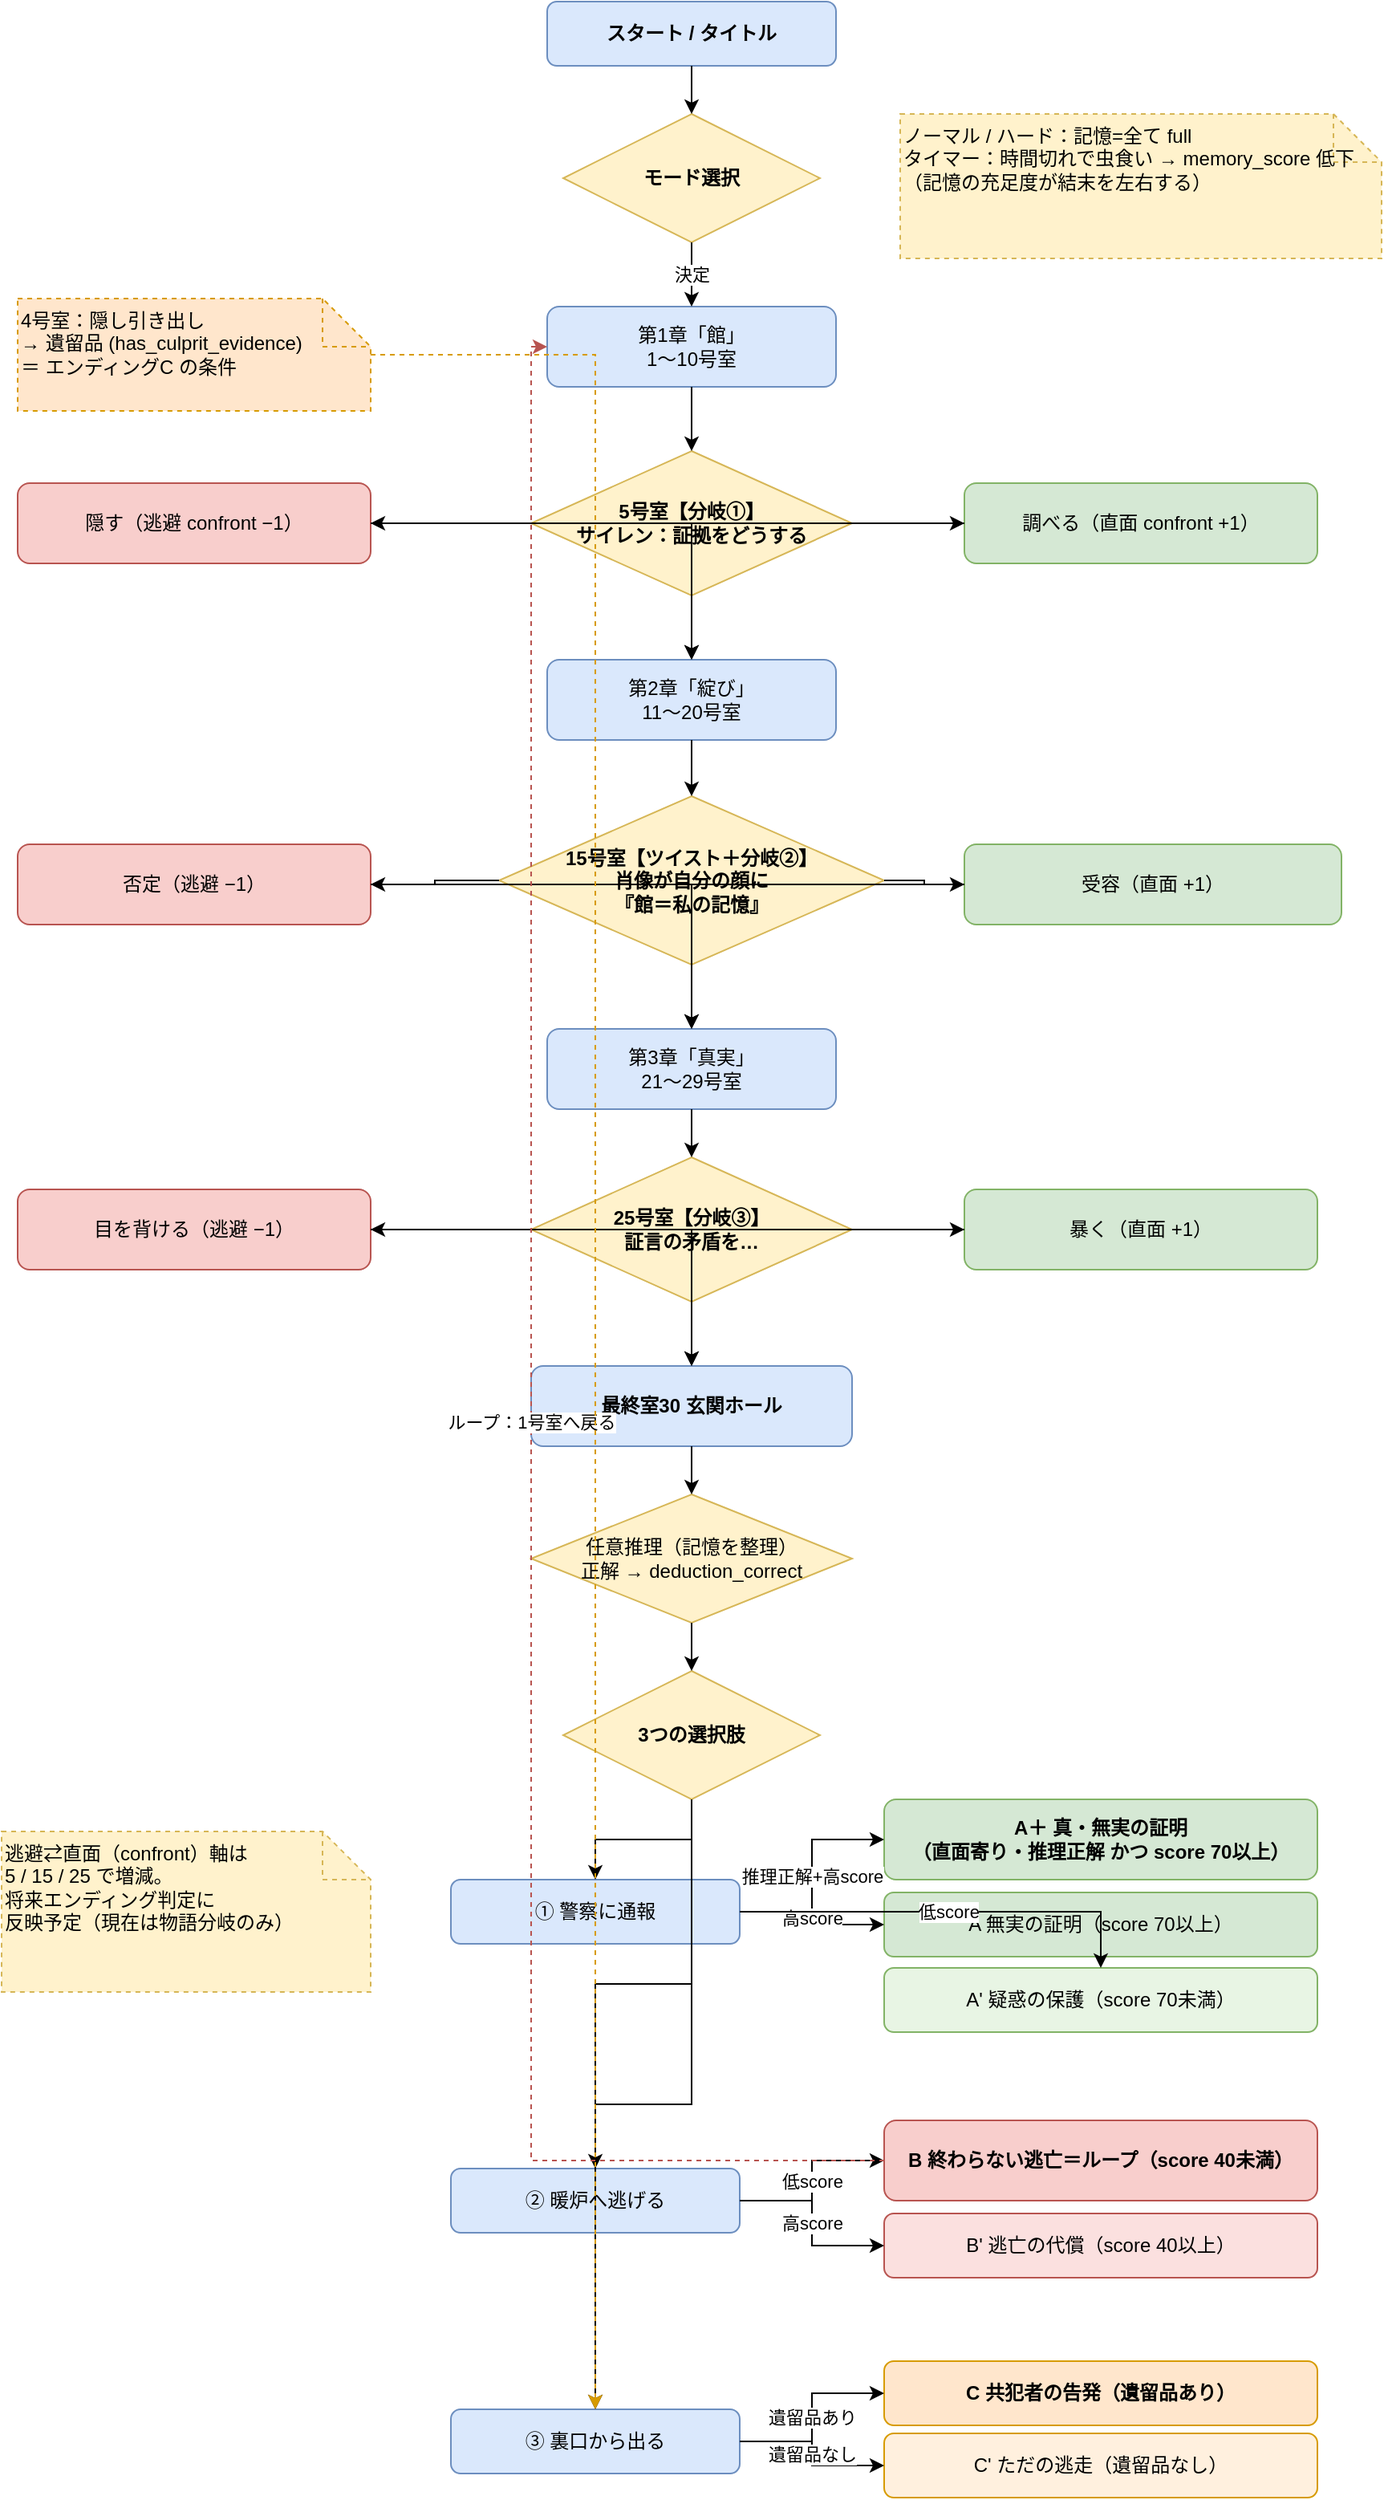
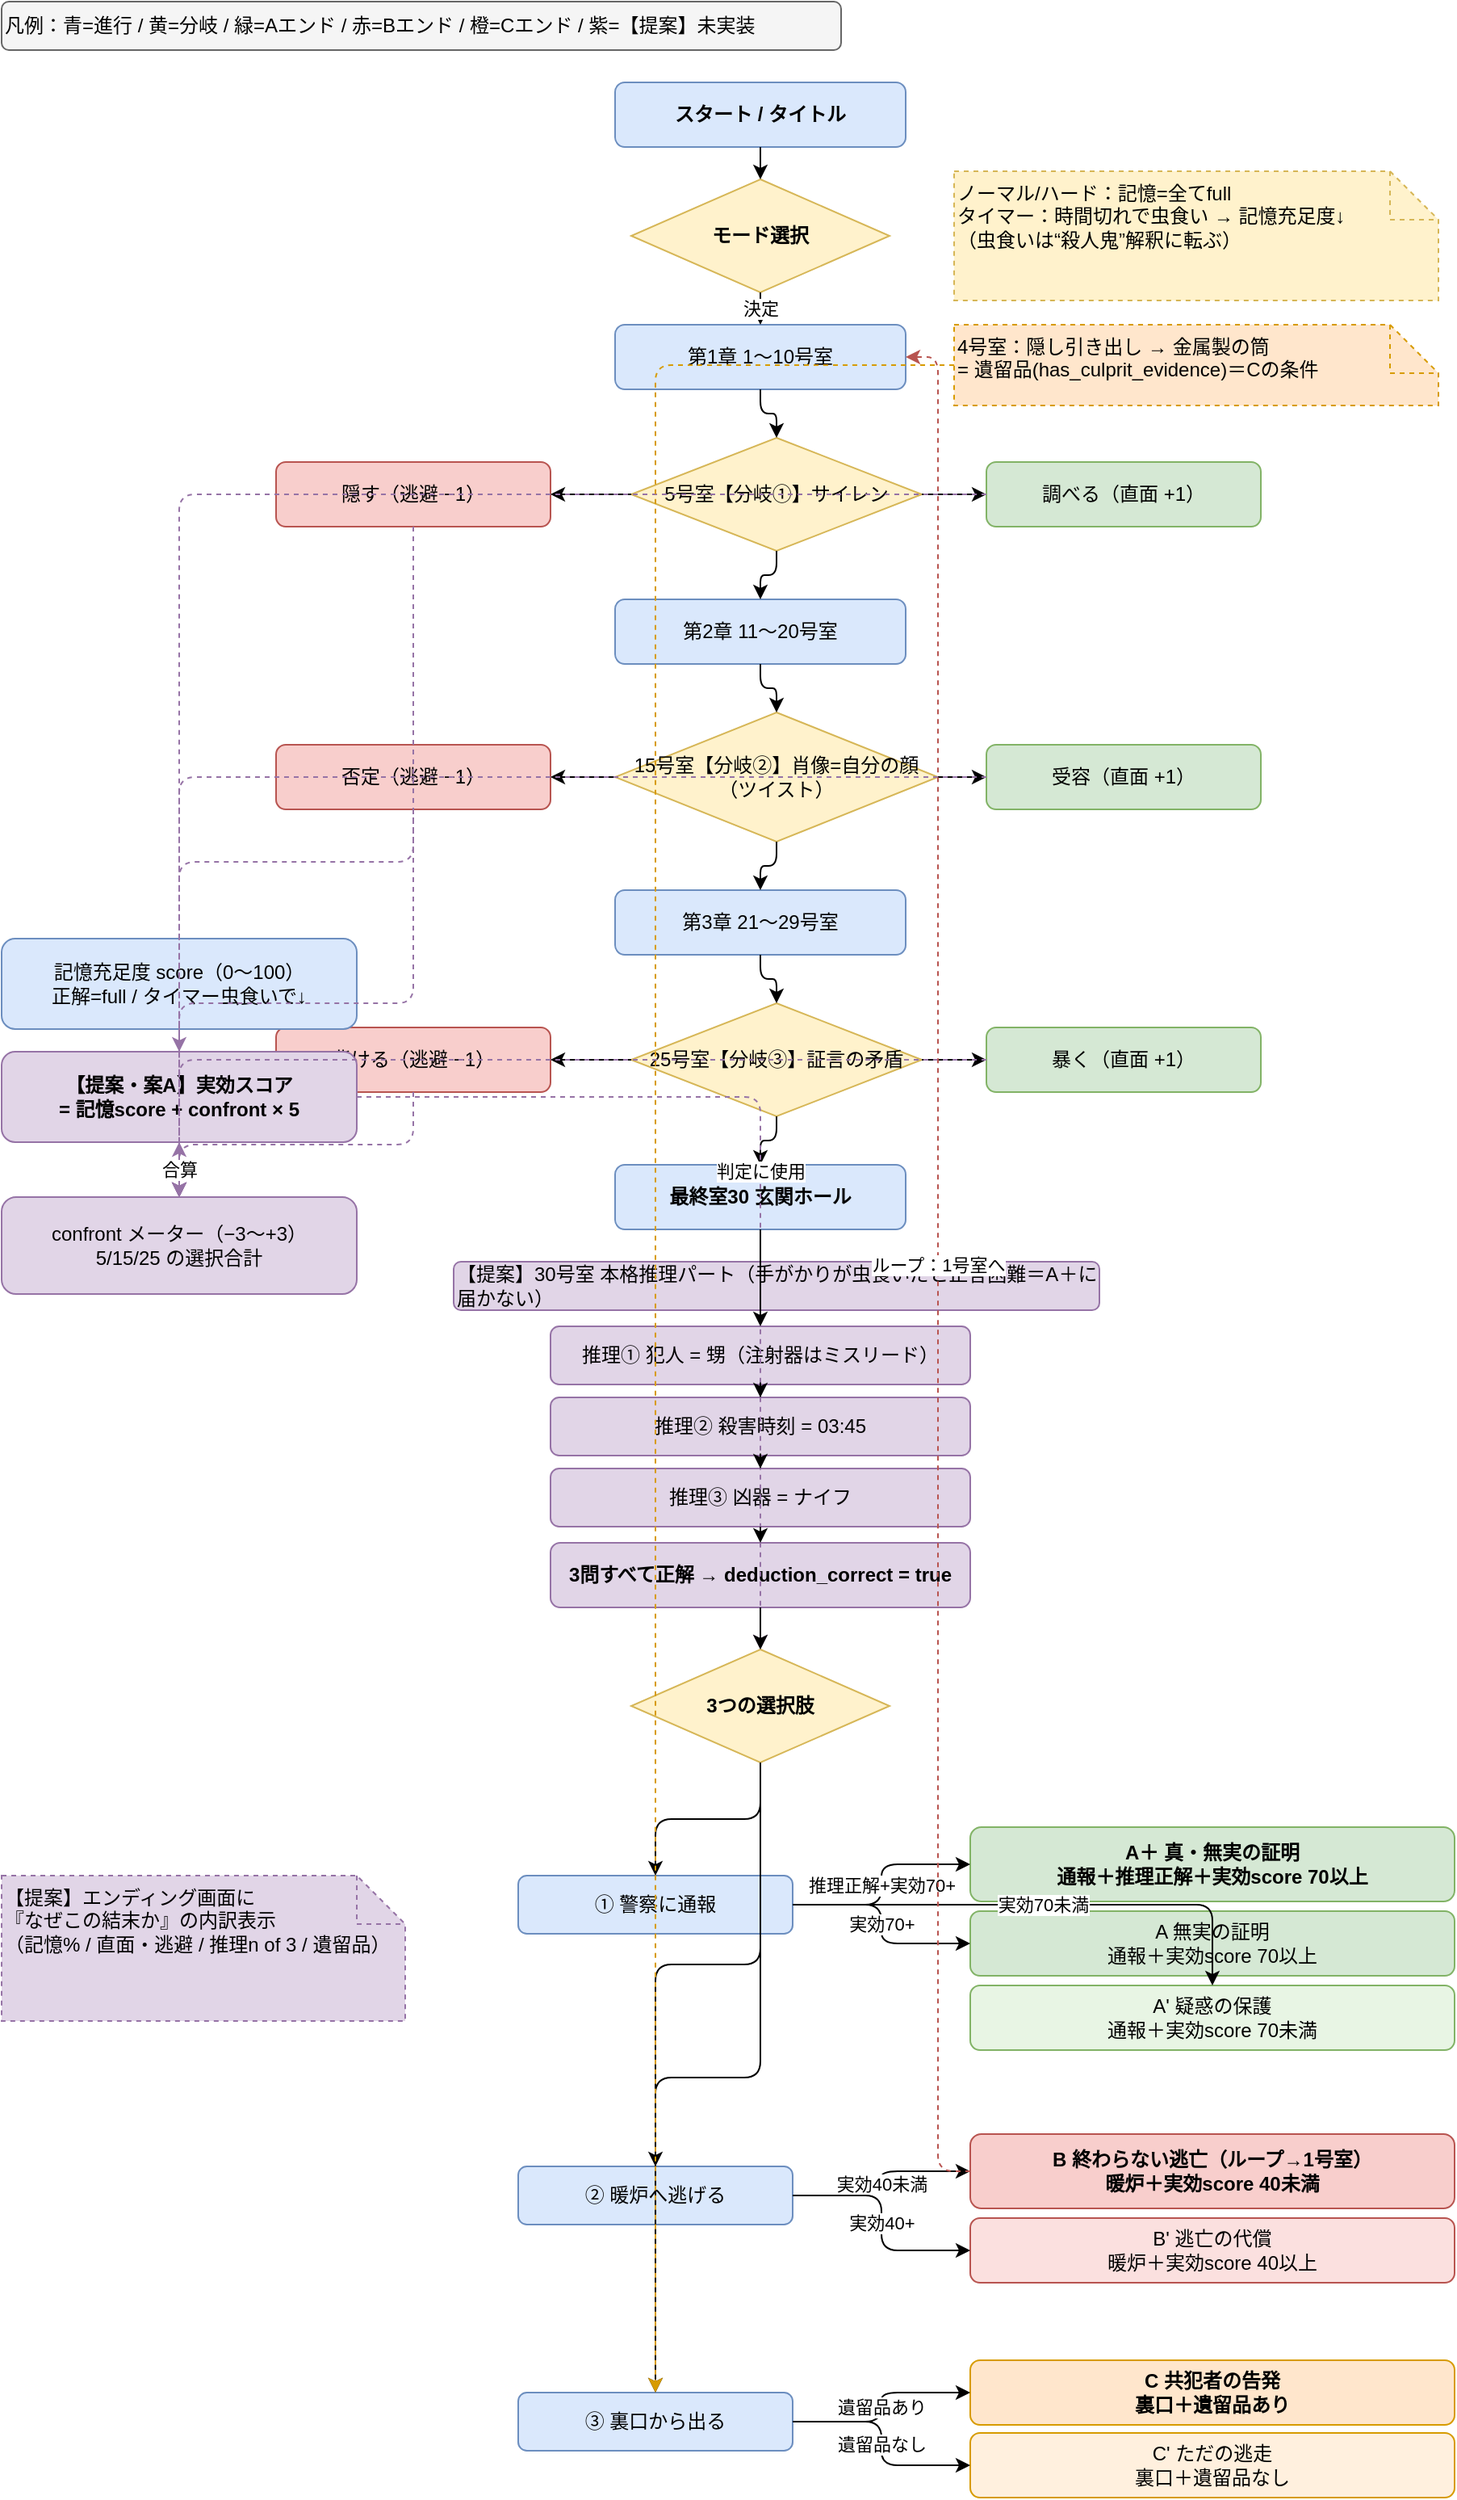
<mxfile host="app.diagrams.net" type="device">
-   <diagram name="記憶の回廊 ストーリー分岐">
-     <mxGraphModel dx="1100" dy="900" grid="1" gridSize="10" guides="1" tooltips="1" connect="1" arrows="1" fold="1" page="1" pageScale="1" pageWidth="1169" pageHeight="1700" math="0" shadow="0">
+   <diagram name="記憶の回廊 ストーリー分岐(完全版)">
+     <mxGraphModel dx="1100" dy="900" grid="1" gridSize="10" guides="1" tooltips="1" connect="1" arrows="1" fold="1" page="1" pageScale="1" pageWidth="1300" pageHeight="1750" math="0" shadow="0">
      <root>
        <mxCell id="0" />
        <mxCell id="1" parent="0" />

-         <mxCell id="start" value="スタート / タイトル" style="rounded=1;whiteSpace=wrap;html=1;fillColor=#dae8fc;strokeColor=#6c8ebf;fontStyle=1" vertex="1" parent="1"><mxGeometry x="440" y="20" width="180" height="40" as="geometry" /></mxCell>
+         <mxCell id="legend" value="凡例：青=進行 / 黄=分岐 / 緑=Aエンド / 赤=Bエンド / 橙=Cエンド / 紫=【提案】未実装" style="rounded=1;whiteSpace=wrap;html=1;fillColor=#f5f5f5;strokeColor=#666666;align=left" vertex="1" parent="1"><mxGeometry x="40" y="20" width="520" height="30" as="geometry" /></mxCell>

-         <mxCell id="modeSel" value="モード選択" style="rhombus;whiteSpace=wrap;html=1;fillColor=#fff2cc;strokeColor=#d6b656;fontStyle=1" vertex="1" parent="1"><mxGeometry x="450" y="90" width="160" height="80" as="geometry" /></mxCell>
+         <mxCell id="start" value="スタート / タイトル" style="rounded=1;whiteSpace=wrap;html=1;fillColor=#dae8fc;strokeColor=#6c8ebf;fontStyle=1" vertex="1" parent="1"><mxGeometry x="420" y="70" width="180" height="40" as="geometry" /></mxCell>
+         <mxCell id="modeSel" value="モード選択" style="rhombus;whiteSpace=wrap;html=1;fillColor=#fff2cc;strokeColor=#d6b656;fontStyle=1" vertex="1" parent="1"><mxGeometry x="430" y="130" width="160" height="70" as="geometry" /></mxCell>
+         <mxCell id="note_mode" value="ノーマル/ハード：記憶=全てfull&#10;タイマー：時間切れで虫食い → 記憶充足度↓&#10;（虫食いは“殺人鬼”解釈に転ぶ）" style="shape=note;whiteSpace=wrap;html=1;fillColor=#fff2cc;strokeColor=#d6b656;dashed=1;align=left;verticalAlign=top" vertex="1" parent="1"><mxGeometry x="630" y="125" width="300" height="80" as="geometry" /></mxCell>

-         <mxCell id="note_mode" value="ノーマル / ハード：記憶=全て full&#10;タイマー：時間切れで虫食い → memory_score 低下&#10;（記憶の充足度が結末を左右する）" style="shape=note;whiteSpace=wrap;html=1;fillColor=#fff2cc;strokeColor=#d6b656;dashed=1;align=left;verticalAlign=top" vertex="1" parent="1"><mxGeometry x="660" y="90" width="300" height="90" as="geometry" /></mxCell>
+         <mxCell id="ch1" value="第1章 1〜10号室" style="rounded=1;whiteSpace=wrap;html=1;fillColor=#dae8fc;strokeColor=#6c8ebf" vertex="1" parent="1"><mxGeometry x="420" y="220" width="180" height="40" as="geometry" /></mxCell>
+         <mxCell id="note_ev" value="4号室：隠し引き出し → 金属製の筒&#10;= 遺留品(has_culprit_evidence)＝Cの条件" style="shape=note;whiteSpace=wrap;html=1;fillColor=#ffe6cc;strokeColor=#d79b00;dashed=1;align=left;verticalAlign=top" vertex="1" parent="1"><mxGeometry x="630" y="220" width="300" height="50" as="geometry" /></mxCell>

-         <mxCell id="ch1" value="第1章「館」&#10;1〜10号室" style="rounded=1;whiteSpace=wrap;html=1;fillColor=#dae8fc;strokeColor=#6c8ebf" vertex="1" parent="1"><mxGeometry x="440" y="210" width="180" height="50" as="geometry" /></mxCell>
+         <mxCell id="d5" value="5号室【分岐①】サイレン" style="rhombus;whiteSpace=wrap;html=1;fillColor=#fff2cc;strokeColor=#d6b656" vertex="1" parent="1"><mxGeometry x="430" y="290" width="180" height="70" as="geometry" /></mxCell>
+         <mxCell id="o5h" value="隠す（逃避 −1）" style="rounded=1;whiteSpace=wrap;html=1;fillColor=#f8cecc;strokeColor=#b85450" vertex="1" parent="1"><mxGeometry x="210" y="305" width="170" height="40" as="geometry" /></mxCell>
+         <mxCell id="o5e" value="調べる（直面 +1）" style="rounded=1;whiteSpace=wrap;html=1;fillColor=#d5e8d4;strokeColor=#82b366" vertex="1" parent="1"><mxGeometry x="650" y="305" width="170" height="40" as="geometry" /></mxCell>

-         <mxCell id="note_evidence" value="4号室：隠し引き出し&#10;→ 遺留品 (has_culprit_evidence)&#10;＝ エンディングC の条件" style="shape=note;whiteSpace=wrap;html=1;fillColor=#ffe6cc;strokeColor=#d79b00;dashed=1;align=left;verticalAlign=top" vertex="1" parent="1"><mxGeometry x="110" y="205" width="220" height="70" as="geometry" /></mxCell>
+         <mxCell id="ch2" value="第2章 11〜20号室" style="rounded=1;whiteSpace=wrap;html=1;fillColor=#dae8fc;strokeColor=#6c8ebf" vertex="1" parent="1"><mxGeometry x="420" y="390" width="180" height="40" as="geometry" /></mxCell>

-         <mxCell id="room5" value="5号室【分岐①】&#10;サイレン：証拠をどうする" style="rhombus;whiteSpace=wrap;html=1;fillColor=#fff2cc;strokeColor=#d6b656;fontStyle=1" vertex="1" parent="1"><mxGeometry x="430" y="300" width="200" height="90" as="geometry" /></mxCell>
-         <mxCell id="r5_hide" value="隠す（逃避 confront −1）" style="rounded=1;whiteSpace=wrap;html=1;fillColor=#f8cecc;strokeColor=#b85450" vertex="1" parent="1"><mxGeometry x="110" y="320" width="220" height="50" as="geometry" /></mxCell>
-         <mxCell id="r5_examine" value="調べる（直面 confront +1）" style="rounded=1;whiteSpace=wrap;html=1;fillColor=#d5e8d4;strokeColor=#82b366" vertex="1" parent="1"><mxGeometry x="700" y="320" width="220" height="50" as="geometry" /></mxCell>
+         <mxCell id="d15" value="15号室【分岐②】肖像=自分の顔（ツイスト）" style="rhombus;whiteSpace=wrap;html=1;fillColor=#fff2cc;strokeColor=#d6b656" vertex="1" parent="1"><mxGeometry x="420" y="460" width="200" height="80" as="geometry" /></mxCell>
+         <mxCell id="o15d" value="否定（逃避 −1）" style="rounded=1;whiteSpace=wrap;html=1;fillColor=#f8cecc;strokeColor=#b85450" vertex="1" parent="1"><mxGeometry x="210" y="480" width="170" height="40" as="geometry" /></mxCell>
+         <mxCell id="o15a" value="受容（直面 +1）" style="rounded=1;whiteSpace=wrap;html=1;fillColor=#d5e8d4;strokeColor=#82b366" vertex="1" parent="1"><mxGeometry x="650" y="480" width="170" height="40" as="geometry" /></mxCell>

-         <mxCell id="ch2" value="第2章「綻び」&#10;11〜20号室" style="rounded=1;whiteSpace=wrap;html=1;fillColor=#dae8fc;strokeColor=#6c8ebf" vertex="1" parent="1"><mxGeometry x="440" y="430" width="180" height="50" as="geometry" /></mxCell>
+         <mxCell id="ch3" value="第3章 21〜29号室" style="rounded=1;whiteSpace=wrap;html=1;fillColor=#dae8fc;strokeColor=#6c8ebf" vertex="1" parent="1"><mxGeometry x="420" y="570" width="180" height="40" as="geometry" /></mxCell>

-         <mxCell id="room15" value="15号室【ツイスト＋分岐②】&#10;肖像が自分の顔に&#10;『館＝私の記憶』" style="rhombus;whiteSpace=wrap;html=1;fillColor=#fff2cc;strokeColor=#d6b656;fontStyle=1" vertex="1" parent="1"><mxGeometry x="410" y="515" width="240" height="105" as="geometry" /></mxCell>
-         <mxCell id="r15_deny" value="否定（逃避 −1）" style="rounded=1;whiteSpace=wrap;html=1;fillColor=#f8cecc;strokeColor=#b85450" vertex="1" parent="1"><mxGeometry x="110" y="545" width="220" height="50" as="geometry" /></mxCell>
-         <mxCell id="r15_accept" value="受容（直面 +1）" style="rounded=1;whiteSpace=wrap;html=1;fillColor=#d5e8d4;strokeColor=#82b366" vertex="1" parent="1"><mxGeometry x="700" y="545" width="235" height="50" as="geometry" /></mxCell>
+         <mxCell id="d25" value="25号室【分岐③】証言の矛盾" style="rhombus;whiteSpace=wrap;html=1;fillColor=#fff2cc;strokeColor=#d6b656" vertex="1" parent="1"><mxGeometry x="430" y="640" width="180" height="70" as="geometry" /></mxCell>
+         <mxCell id="o25a" value="背ける（逃避 −1）" style="rounded=1;whiteSpace=wrap;html=1;fillColor=#f8cecc;strokeColor=#b85450" vertex="1" parent="1"><mxGeometry x="210" y="655" width="170" height="40" as="geometry" /></mxCell>
+         <mxCell id="o25c" value="暴く（直面 +1）" style="rounded=1;whiteSpace=wrap;html=1;fillColor=#d5e8d4;strokeColor=#82b366" vertex="1" parent="1"><mxGeometry x="650" y="655" width="170" height="40" as="geometry" /></mxCell>

-         <mxCell id="ch3" value="第3章「真実」&#10;21〜29号室" style="rounded=1;whiteSpace=wrap;html=1;fillColor=#dae8fc;strokeColor=#6c8ebf" vertex="1" parent="1"><mxGeometry x="440" y="660" width="180" height="50" as="geometry" /></mxCell>
+         <mxCell id="final" value="最終室30 玄関ホール" style="rounded=1;whiteSpace=wrap;html=1;fillColor=#dae8fc;strokeColor=#6c8ebf;fontStyle=1" vertex="1" parent="1"><mxGeometry x="420" y="740" width="180" height="40" as="geometry" /></mxCell>

-         <mxCell id="room25" value="25号室【分岐③】&#10;証言の矛盾を…" style="rhombus;whiteSpace=wrap;html=1;fillColor=#fff2cc;strokeColor=#d6b656;fontStyle=1" vertex="1" parent="1"><mxGeometry x="430" y="740" width="200" height="90" as="geometry" /></mxCell>
-         <mxCell id="r25_avert" value="目を背ける（逃避 −1）" style="rounded=1;whiteSpace=wrap;html=1;fillColor=#f8cecc;strokeColor=#b85450" vertex="1" parent="1"><mxGeometry x="110" y="760" width="220" height="50" as="geometry" /></mxCell>
-         <mxCell id="r25_confront" value="暴く（直面 +1）" style="rounded=1;whiteSpace=wrap;html=1;fillColor=#d5e8d4;strokeColor=#82b366" vertex="1" parent="1"><mxGeometry x="700" y="760" width="220" height="50" as="geometry" /></mxCell>
+         <mxCell id="confm" value="confront メーター（−3〜+3）&#10;5/15/25 の選択合計" style="rounded=1;whiteSpace=wrap;html=1;fillColor=#e1d5e7;strokeColor=#9673a6" vertex="1" parent="1"><mxGeometry x="40" y="760" width="220" height="60" as="geometry" /></mxCell>
+         <mxCell id="memsc" value="記憶充足度 score（0〜100）&#10;正解=full / タイマー虫食いで↓" style="rounded=1;whiteSpace=wrap;html=1;fillColor=#dae8fc;strokeColor=#6c8ebf" vertex="1" parent="1"><mxGeometry x="40" y="600" width="220" height="56" as="geometry" /></mxCell>
+         <mxCell id="effsc" value="【提案・案A】実効スコア&#10;= 記憶score + confront × 5" style="rounded=1;whiteSpace=wrap;html=1;fillColor=#e1d5e7;strokeColor=#9673a6;fontStyle=1" vertex="1" parent="1"><mxGeometry x="40" y="670" width="220" height="56" as="geometry" /></mxCell>

-         <mxCell id="final" value="最終室30 玄関ホール" style="rounded=1;whiteSpace=wrap;html=1;fillColor=#dae8fc;strokeColor=#6c8ebf;fontStyle=1" vertex="1" parent="1"><mxGeometry x="430" y="870" width="200" height="50" as="geometry" /></mxCell>
+         <mxCell id="ded_intro" value="【提案】30号室 本格推理パート（手がかりが虫食いだと正答困難＝A＋に届かない）" style="rounded=1;whiteSpace=wrap;html=1;fillColor=#e1d5e7;strokeColor=#9673a6;align=left" vertex="1" parent="1"><mxGeometry x="320" y="800" width="400" height="30" as="geometry" /></mxCell>
+         <mxCell id="dq1" value="推理① 犯人 = 甥（注射器はミスリード）" style="rounded=1;whiteSpace=wrap;html=1;fillColor=#e1d5e7;strokeColor=#9673a6" vertex="1" parent="1"><mxGeometry x="380" y="840" width="260" height="36" as="geometry" /></mxCell>
+         <mxCell id="dq2" value="推理② 殺害時刻 = 03:45" style="rounded=1;whiteSpace=wrap;html=1;fillColor=#e1d5e7;strokeColor=#9673a6" vertex="1" parent="1"><mxGeometry x="380" y="884" width="260" height="36" as="geometry" /></mxCell>
+         <mxCell id="dq3" value="推理③ 凶器 = ナイフ" style="rounded=1;whiteSpace=wrap;html=1;fillColor=#e1d5e7;strokeColor=#9673a6" vertex="1" parent="1"><mxGeometry x="380" y="928" width="260" height="36" as="geometry" /></mxCell>
+         <mxCell id="dok" value="3問すべて正解 → deduction_correct = true" style="rounded=1;whiteSpace=wrap;html=1;fillColor=#e1d5e7;strokeColor=#9673a6;fontStyle=1" vertex="1" parent="1"><mxGeometry x="380" y="974" width="260" height="40" as="geometry" /></mxCell>

-         <mxCell id="deduction" value="任意推理（記憶を整理）&#10;正解 → deduction_correct" style="rhombus;whiteSpace=wrap;html=1;fillColor=#fff2cc;strokeColor=#d6b656" vertex="1" parent="1"><mxGeometry x="430" y="950" width="200" height="80" as="geometry" /></mxCell>
+         <mxCell id="choice" value="3つの選択肢" style="rhombus;whiteSpace=wrap;html=1;fillColor=#fff2cc;strokeColor=#d6b656;fontStyle=1" vertex="1" parent="1"><mxGeometry x="430" y="1040" width="160" height="70" as="geometry" /></mxCell>

-         <mxCell id="choice" value="3つの選択肢" style="rhombus;whiteSpace=wrap;html=1;fillColor=#fff2cc;strokeColor=#d6b656;fontStyle=1" vertex="1" parent="1"><mxGeometry x="450" y="1060" width="160" height="80" as="geometry" /></mxCell>
+         <mxCell id="note_reason" value="【提案】エンディング画面に&#10;『なぜこの結末か』の内訳表示&#10;（記憶% / 直面・逃避 / 推理n of 3 / 遺留品）" style="shape=note;whiteSpace=wrap;html=1;fillColor=#e1d5e7;strokeColor=#9673a6;dashed=1;align=left;verticalAlign=top" vertex="1" parent="1"><mxGeometry x="40" y="1180" width="250" height="90" as="geometry" /></mxCell>

-         <mxCell id="note_axis" value="逃避⇄直面（confront）軸は&#10;5 / 15 / 25 で増減。&#10;将来エンディング判定に&#10;反映予定（現在は物語分岐のみ）" style="shape=note;whiteSpace=wrap;html=1;fillColor=#fff2cc;strokeColor=#d6b656;dashed=1;align=left;verticalAlign=top" vertex="1" parent="1"><mxGeometry x="100" y="1160" width="230" height="100" as="geometry" /></mxCell>
+         <mxCell id="c1" value="① 警察に通報" style="rounded=1;whiteSpace=wrap;html=1;fillColor=#dae8fc;strokeColor=#6c8ebf" vertex="1" parent="1"><mxGeometry x="360" y="1180" width="170" height="36" as="geometry" /></mxCell>
+         <mxCell id="c2" value="② 暖炉へ逃げる" style="rounded=1;whiteSpace=wrap;html=1;fillColor=#dae8fc;strokeColor=#6c8ebf" vertex="1" parent="1"><mxGeometry x="360" y="1360" width="170" height="36" as="geometry" /></mxCell>
+         <mxCell id="c3" value="③ 裏口から出る" style="rounded=1;whiteSpace=wrap;html=1;fillColor=#dae8fc;strokeColor=#6c8ebf" vertex="1" parent="1"><mxGeometry x="360" y="1500" width="170" height="36" as="geometry" /></mxCell>

-         <mxCell id="choice1" value="① 警察に通報" style="rounded=1;whiteSpace=wrap;html=1;fillColor=#dae8fc;strokeColor=#6c8ebf" vertex="1" parent="1"><mxGeometry x="380" y="1190" width="180" height="40" as="geometry" /></mxCell>
-         <mxCell id="choice2" value="② 暖炉へ逃げる" style="rounded=1;whiteSpace=wrap;html=1;fillColor=#dae8fc;strokeColor=#6c8ebf" vertex="1" parent="1"><mxGeometry x="380" y="1370" width="180" height="40" as="geometry" /></mxCell>
-         <mxCell id="choice3" value="③ 裏口から出る" style="rounded=1;whiteSpace=wrap;html=1;fillColor=#dae8fc;strokeColor=#6c8ebf" vertex="1" parent="1"><mxGeometry x="380" y="1520" width="180" height="40" as="geometry" /></mxCell>
+         <mxCell id="eAp" value="A＋ 真・無実の証明&#10;通報＋推理正解＋実効score 70以上" style="rounded=1;whiteSpace=wrap;html=1;fillColor=#d5e8d4;strokeColor=#82b366;fontStyle=1" vertex="1" parent="1"><mxGeometry x="640" y="1150" width="300" height="46" as="geometry" /></mxCell>
+         <mxCell id="eA" value="A 無実の証明&#10;通報＋実効score 70以上" style="rounded=1;whiteSpace=wrap;html=1;fillColor=#d5e8d4;strokeColor=#82b366" vertex="1" parent="1"><mxGeometry x="640" y="1202" width="300" height="40" as="geometry" /></mxCell>
+         <mxCell id="eAd" value="A' 疑惑の保護&#10;通報＋実効score 70未満" style="rounded=1;whiteSpace=wrap;html=1;fillColor=#e8f5e4;strokeColor=#82b366" vertex="1" parent="1"><mxGeometry x="640" y="1248" width="300" height="40" as="geometry" /></mxCell>

-         <mxCell id="endAplus" value="A＋ 真・無実の証明&#10;（直面寄り・推理正解 かつ score 70以上）" style="rounded=1;whiteSpace=wrap;html=1;fillColor=#d5e8d4;strokeColor=#82b366;fontStyle=1" vertex="1" parent="1"><mxGeometry x="650" y="1140" width="270" height="50" as="geometry" /></mxCell>
-         <mxCell id="endA" value="A 無実の証明（score 70以上）" style="rounded=1;whiteSpace=wrap;html=1;fillColor=#d5e8d4;strokeColor=#82b366" vertex="1" parent="1"><mxGeometry x="650" y="1198" width="270" height="40" as="geometry" /></mxCell>
-         <mxCell id="endAd" value="A' 疑惑の保護（score 70未満）" style="rounded=1;whiteSpace=wrap;html=1;fillColor=#e8f5e4;strokeColor=#82b366" vertex="1" parent="1"><mxGeometry x="650" y="1245" width="270" height="40" as="geometry" /></mxCell>
+         <mxCell id="eB" value="B 終わらない逃亡（ループ→1号室）&#10;暖炉＋実効score 40未満" style="rounded=1;whiteSpace=wrap;html=1;fillColor=#f8cecc;strokeColor=#b85450;fontStyle=1" vertex="1" parent="1"><mxGeometry x="640" y="1340" width="300" height="46" as="geometry" /></mxCell>
+         <mxCell id="eBd" value="B' 逃亡の代償&#10;暖炉＋実効score 40以上" style="rounded=1;whiteSpace=wrap;html=1;fillColor=#fbe0df;strokeColor=#b85450" vertex="1" parent="1"><mxGeometry x="640" y="1392" width="300" height="40" as="geometry" /></mxCell>

-         <mxCell id="endB" value="B 終わらない逃亡＝ループ（score 40未満）" style="rounded=1;whiteSpace=wrap;html=1;fillColor=#f8cecc;strokeColor=#b85450;fontStyle=1" vertex="1" parent="1"><mxGeometry x="650" y="1340" width="270" height="50" as="geometry" /></mxCell>
-         <mxCell id="endBd" value="B' 逃亡の代償（score 40以上）" style="rounded=1;whiteSpace=wrap;html=1;fillColor=#fbe0df;strokeColor=#b85450" vertex="1" parent="1"><mxGeometry x="650" y="1398" width="270" height="40" as="geometry" /></mxCell>
+         <mxCell id="eC" value="C 共犯者の告発&#10;裏口＋遺留品あり" style="rounded=1;whiteSpace=wrap;html=1;fillColor=#ffe6cc;strokeColor=#d79b00;fontStyle=1" vertex="1" parent="1"><mxGeometry x="640" y="1480" width="300" height="40" as="geometry" /></mxCell>
+         <mxCell id="eCd" value="C' ただの逃走&#10;裏口＋遺留品なし" style="rounded=1;whiteSpace=wrap;html=1;fillColor=#fff0de;strokeColor=#d79b00" vertex="1" parent="1"><mxGeometry x="640" y="1525" width="300" height="40" as="geometry" /></mxCell>

-         <mxCell id="endC" value="C 共犯者の告発（遺留品あり）" style="rounded=1;whiteSpace=wrap;html=1;fillColor=#ffe6cc;strokeColor=#d79b00;fontStyle=1" vertex="1" parent="1"><mxGeometry x="650" y="1490" width="270" height="40" as="geometry" /></mxCell>
-         <mxCell id="endCd" value="C' ただの逃走（遺留品なし）" style="rounded=1;whiteSpace=wrap;html=1;fillColor=#fff0de;strokeColor=#d79b00" vertex="1" parent="1"><mxGeometry x="650" y="1535" width="270" height="40" as="geometry" /></mxCell>
+         <mxCell id="p1" style="edgeStyle=orthogonalEdgeStyle;html=1" edge="1" parent="1" source="start" target="modeSel"><mxGeometry relative="1" as="geometry" /></mxCell>
+         <mxCell id="p2" value="決定" style="edgeStyle=orthogonalEdgeStyle;html=1" edge="1" parent="1" source="modeSel" target="ch1"><mxGeometry relative="1" as="geometry" /></mxCell>
+         <mxCell id="p3" style="edgeStyle=orthogonalEdgeStyle;html=1" edge="1" parent="1" source="ch1" target="d5"><mxGeometry relative="1" as="geometry" /></mxCell>
+         <mxCell id="p4" style="edgeStyle=orthogonalEdgeStyle;html=1" edge="1" parent="1" source="d5" target="o5h"><mxGeometry relative="1" as="geometry" /></mxCell>
+         <mxCell id="p5" style="edgeStyle=orthogonalEdgeStyle;html=1" edge="1" parent="1" source="d5" target="o5e"><mxGeometry relative="1" as="geometry" /></mxCell>
+         <mxCell id="p6" style="edgeStyle=orthogonalEdgeStyle;html=1" edge="1" parent="1" source="d5" target="ch2"><mxGeometry relative="1" as="geometry" /></mxCell>
+         <mxCell id="p7" style="edgeStyle=orthogonalEdgeStyle;html=1" edge="1" parent="1" source="ch2" target="d15"><mxGeometry relative="1" as="geometry" /></mxCell>
+         <mxCell id="p8" style="edgeStyle=orthogonalEdgeStyle;html=1" edge="1" parent="1" source="d15" target="o15d"><mxGeometry relative="1" as="geometry" /></mxCell>
+         <mxCell id="p9" style="edgeStyle=orthogonalEdgeStyle;html=1" edge="1" parent="1" source="d15" target="o15a"><mxGeometry relative="1" as="geometry" /></mxCell>
+         <mxCell id="p10" style="edgeStyle=orthogonalEdgeStyle;html=1" edge="1" parent="1" source="d15" target="ch3"><mxGeometry relative="1" as="geometry" /></mxCell>
+         <mxCell id="p11" style="edgeStyle=orthogonalEdgeStyle;html=1" edge="1" parent="1" source="ch3" target="d25"><mxGeometry relative="1" as="geometry" /></mxCell>
+         <mxCell id="p12" style="edgeStyle=orthogonalEdgeStyle;html=1" edge="1" parent="1" source="d25" target="o25a"><mxGeometry relative="1" as="geometry" /></mxCell>
+         <mxCell id="p13" style="edgeStyle=orthogonalEdgeStyle;html=1" edge="1" parent="1" source="d25" target="o25c"><mxGeometry relative="1" as="geometry" /></mxCell>
+         <mxCell id="p14" style="edgeStyle=orthogonalEdgeStyle;html=1" edge="1" parent="1" source="d25" target="final"><mxGeometry relative="1" as="geometry" /></mxCell>

-         <mxCell id="e1" style="edgeStyle=orthogonalEdgeStyle;rounded=0;html=1" edge="1" parent="1" source="start" target="modeSel"><mxGeometry relative="1" as="geometry" /></mxCell>
-         <mxCell id="e2" value="決定" style="edgeStyle=orthogonalEdgeStyle;rounded=0;html=1" edge="1" parent="1" source="modeSel" target="ch1"><mxGeometry relative="1" as="geometry" /></mxCell>
-         <mxCell id="e3" style="edgeStyle=orthogonalEdgeStyle;rounded=0;html=1" edge="1" parent="1" source="ch1" target="room5"><mxGeometry relative="1" as="geometry" /></mxCell>
-         <mxCell id="e4" style="edgeStyle=orthogonalEdgeStyle;rounded=0;html=1" edge="1" parent="1" source="room5" target="r5_hide"><mxGeometry relative="1" as="geometry" /></mxCell>
-         <mxCell id="e5" style="edgeStyle=orthogonalEdgeStyle;rounded=0;html=1" edge="1" parent="1" source="room5" target="r5_examine"><mxGeometry relative="1" as="geometry" /></mxCell>
-         <mxCell id="e6" style="edgeStyle=orthogonalEdgeStyle;rounded=0;html=1" edge="1" parent="1" source="r5_hide" target="ch2"><mxGeometry relative="1" as="geometry" /></mxCell>
-         <mxCell id="e7" style="edgeStyle=orthogonalEdgeStyle;rounded=0;html=1" edge="1" parent="1" source="r5_examine" target="ch2"><mxGeometry relative="1" as="geometry" /></mxCell>
-         <mxCell id="e8" style="edgeStyle=orthogonalEdgeStyle;rounded=0;html=1" edge="1" parent="1" source="ch2" target="room15"><mxGeometry relative="1" as="geometry" /></mxCell>
-         <mxCell id="e9" style="edgeStyle=orthogonalEdgeStyle;rounded=0;html=1" edge="1" parent="1" source="room15" target="r15_deny"><mxGeometry relative="1" as="geometry" /></mxCell>
-         <mxCell id="e10" style="edgeStyle=orthogonalEdgeStyle;rounded=0;html=1" edge="1" parent="1" source="room15" target="r15_accept"><mxGeometry relative="1" as="geometry" /></mxCell>
-         <mxCell id="e11" style="edgeStyle=orthogonalEdgeStyle;rounded=0;html=1" edge="1" parent="1" source="r15_deny" target="ch3"><mxGeometry relative="1" as="geometry" /></mxCell>
-         <mxCell id="e12" style="edgeStyle=orthogonalEdgeStyle;rounded=0;html=1" edge="1" parent="1" source="r15_accept" target="ch3"><mxGeometry relative="1" as="geometry" /></mxCell>
-         <mxCell id="e13" style="edgeStyle=orthogonalEdgeStyle;rounded=0;html=1" edge="1" parent="1" source="ch3" target="room25"><mxGeometry relative="1" as="geometry" /></mxCell>
-         <mxCell id="e14" style="edgeStyle=orthogonalEdgeStyle;rounded=0;html=1" edge="1" parent="1" source="room25" target="r25_avert"><mxGeometry relative="1" as="geometry" /></mxCell>
-         <mxCell id="e15" style="edgeStyle=orthogonalEdgeStyle;rounded=0;html=1" edge="1" parent="1" source="room25" target="r25_confront"><mxGeometry relative="1" as="geometry" /></mxCell>
-         <mxCell id="e16" style="edgeStyle=orthogonalEdgeStyle;rounded=0;html=1" edge="1" parent="1" source="r25_avert" target="final"><mxGeometry relative="1" as="geometry" /></mxCell>
-         <mxCell id="e17" style="edgeStyle=orthogonalEdgeStyle;rounded=0;html=1" edge="1" parent="1" source="r25_confront" target="final"><mxGeometry relative="1" as="geometry" /></mxCell>
-         <mxCell id="e18" style="edgeStyle=orthogonalEdgeStyle;rounded=0;html=1" edge="1" parent="1" source="final" target="deduction"><mxGeometry relative="1" as="geometry" /></mxCell>
-         <mxCell id="e19" style="edgeStyle=orthogonalEdgeStyle;rounded=0;html=1" edge="1" parent="1" source="deduction" target="choice"><mxGeometry relative="1" as="geometry" /></mxCell>
-         <mxCell id="e20" style="edgeStyle=orthogonalEdgeStyle;rounded=0;html=1" edge="1" parent="1" source="choice" target="choice1"><mxGeometry relative="1" as="geometry" /></mxCell>
-         <mxCell id="e21" style="edgeStyle=orthogonalEdgeStyle;rounded=0;html=1" edge="1" parent="1" source="choice" target="choice2"><mxGeometry relative="1" as="geometry" /></mxCell>
-         <mxCell id="e22" style="edgeStyle=orthogonalEdgeStyle;rounded=0;html=1" edge="1" parent="1" source="choice" target="choice3"><mxGeometry relative="1" as="geometry" /></mxCell>
+         <mxCell id="cf1" style="edgeStyle=orthogonalEdgeStyle;html=1;dashed=1;strokeColor=#9673a6" edge="1" parent="1" source="o5h" target="confm"><mxGeometry relative="1" as="geometry" /></mxCell>
+         <mxCell id="cf2" style="edgeStyle=orthogonalEdgeStyle;html=1;dashed=1;strokeColor=#9673a6" edge="1" parent="1" source="o5e" target="confm"><mxGeometry relative="1" as="geometry" /></mxCell>
+         <mxCell id="cf3" style="edgeStyle=orthogonalEdgeStyle;html=1;dashed=1;strokeColor=#9673a6" edge="1" parent="1" source="o15d" target="confm"><mxGeometry relative="1" as="geometry" /></mxCell>
+         <mxCell id="cf4" style="edgeStyle=orthogonalEdgeStyle;html=1;dashed=1;strokeColor=#9673a6" edge="1" parent="1" source="o15a" target="confm"><mxGeometry relative="1" as="geometry" /></mxCell>
+         <mxCell id="cf5" style="edgeStyle=orthogonalEdgeStyle;html=1;dashed=1;strokeColor=#9673a6" edge="1" parent="1" source="o25a" target="confm"><mxGeometry relative="1" as="geometry" /></mxCell>
+         <mxCell id="cf6" style="edgeStyle=orthogonalEdgeStyle;html=1;dashed=1;strokeColor=#9673a6" edge="1" parent="1" source="o25c" target="confm"><mxGeometry relative="1" as="geometry" /></mxCell>
+         <mxCell id="cf7" value="合算" style="edgeStyle=orthogonalEdgeStyle;html=1;dashed=1;strokeColor=#9673a6" edge="1" parent="1" source="confm" target="effsc"><mxGeometry relative="1" as="geometry" /></mxCell>
+         <mxCell id="cf8" style="edgeStyle=orthogonalEdgeStyle;html=1;dashed=1;strokeColor=#9673a6" edge="1" parent="1" source="memsc" target="effsc"><mxGeometry relative="1" as="geometry" /></mxCell>
+         <mxCell id="cf9" value="判定に使用" style="edgeStyle=orthogonalEdgeStyle;html=1;dashed=1;strokeColor=#9673a6" edge="1" parent="1" source="effsc" target="choice"><mxGeometry relative="1" as="geometry" /></mxCell>

-         <mxCell id="e23" value="推理正解+高score" style="edgeStyle=orthogonalEdgeStyle;rounded=0;html=1" edge="1" parent="1" source="choice1" target="endAplus"><mxGeometry relative="1" as="geometry" /></mxCell>
-         <mxCell id="e24" value="高score" style="edgeStyle=orthogonalEdgeStyle;rounded=0;html=1" edge="1" parent="1" source="choice1" target="endA"><mxGeometry relative="1" as="geometry" /></mxCell>
-         <mxCell id="e25" value="低score" style="edgeStyle=orthogonalEdgeStyle;rounded=0;html=1" edge="1" parent="1" source="choice1" target="endAd"><mxGeometry relative="1" as="geometry" /></mxCell>
-         <mxCell id="e26" value="低score" style="edgeStyle=orthogonalEdgeStyle;rounded=0;html=1" edge="1" parent="1" source="choice2" target="endB"><mxGeometry relative="1" as="geometry" /></mxCell>
-         <mxCell id="e27" value="高score" style="edgeStyle=orthogonalEdgeStyle;rounded=0;html=1" edge="1" parent="1" source="choice2" target="endBd"><mxGeometry relative="1" as="geometry" /></mxCell>
-         <mxCell id="e28" value="遺留品あり" style="edgeStyle=orthogonalEdgeStyle;rounded=0;html=1" edge="1" parent="1" source="choice3" target="endC"><mxGeometry relative="1" as="geometry" /></mxCell>
-         <mxCell id="e29" value="遺留品なし" style="edgeStyle=orthogonalEdgeStyle;rounded=0;html=1" edge="1" parent="1" source="choice3" target="endCd"><mxGeometry relative="1" as="geometry" /></mxCell>
+         <mxCell id="d1" style="edgeStyle=orthogonalEdgeStyle;html=1" edge="1" parent="1" source="final" target="dq1"><mxGeometry relative="1" as="geometry" /></mxCell>
+         <mxCell id="d2" style="edgeStyle=orthogonalEdgeStyle;html=1" edge="1" parent="1" source="dq1" target="dq2"><mxGeometry relative="1" as="geometry" /></mxCell>
+         <mxCell id="d3" style="edgeStyle=orthogonalEdgeStyle;html=1" edge="1" parent="1" source="dq2" target="dq3"><mxGeometry relative="1" as="geometry" /></mxCell>
+         <mxCell id="d4" style="edgeStyle=orthogonalEdgeStyle;html=1" edge="1" parent="1" source="dq3" target="dok"><mxGeometry relative="1" as="geometry" /></mxCell>
+         <mxCell id="d5e" style="edgeStyle=orthogonalEdgeStyle;html=1" edge="1" parent="1" source="dok" target="choice"><mxGeometry relative="1" as="geometry" /></mxCell>

-         <mxCell id="e_loop" value="ループ：1号室へ戻る" style="edgeStyle=orthogonalEdgeStyle;rounded=0;html=1;dashed=1;strokeColor=#b85450;exitX=0;exitY=0.5;entryX=0;entryY=0.5" edge="1" parent="1" source="endB" target="ch1"><mxGeometry relative="1" as="geometry" /></mxCell>
-         <mxCell id="e_ev" style="edgeStyle=orthogonalEdgeStyle;rounded=0;html=1;dashed=1;strokeColor=#d79b00" edge="1" parent="1" source="note_evidence" target="choice3"><mxGeometry relative="1" as="geometry" /></mxCell>
+         <mxCell id="ce1" style="edgeStyle=orthogonalEdgeStyle;html=1" edge="1" parent="1" source="choice" target="c1"><mxGeometry relative="1" as="geometry" /></mxCell>
+         <mxCell id="ce2" style="edgeStyle=orthogonalEdgeStyle;html=1" edge="1" parent="1" source="choice" target="c2"><mxGeometry relative="1" as="geometry" /></mxCell>
+         <mxCell id="ce3" style="edgeStyle=orthogonalEdgeStyle;html=1" edge="1" parent="1" source="choice" target="c3"><mxGeometry relative="1" as="geometry" /></mxCell>

+         <mxCell id="x1" value="推理正解+実効70+" style="edgeStyle=orthogonalEdgeStyle;html=1" edge="1" parent="1" source="c1" target="eAp"><mxGeometry relative="1" as="geometry" /></mxCell>
+         <mxCell id="x2" value="実効70+" style="edgeStyle=orthogonalEdgeStyle;html=1" edge="1" parent="1" source="c1" target="eA"><mxGeometry relative="1" as="geometry" /></mxCell>
+         <mxCell id="x3" value="実効70未満" style="edgeStyle=orthogonalEdgeStyle;html=1" edge="1" parent="1" source="c1" target="eAd"><mxGeometry relative="1" as="geometry" /></mxCell>
+         <mxCell id="x4" value="実効40未満" style="edgeStyle=orthogonalEdgeStyle;html=1" edge="1" parent="1" source="c2" target="eB"><mxGeometry relative="1" as="geometry" /></mxCell>
+         <mxCell id="x5" value="実効40+" style="edgeStyle=orthogonalEdgeStyle;html=1" edge="1" parent="1" source="c2" target="eBd"><mxGeometry relative="1" as="geometry" /></mxCell>
+         <mxCell id="x6" value="遺留品あり" style="edgeStyle=orthogonalEdgeStyle;html=1" edge="1" parent="1" source="c3" target="eC"><mxGeometry relative="1" as="geometry" /></mxCell>
+         <mxCell id="x7" value="遺留品なし" style="edgeStyle=orthogonalEdgeStyle;html=1" edge="1" parent="1" source="c3" target="eCd"><mxGeometry relative="1" as="geometry" /></mxCell>
+ 
+         <mxCell id="loop" value="ループ：1号室へ" style="edgeStyle=orthogonalEdgeStyle;html=1;dashed=1;strokeColor=#b85450;exitX=0;exitY=0.5;entryX=1;entryY=0.5" edge="1" parent="1" source="eB" target="ch1"><mxGeometry relative="1" as="geometry" /></mxCell>
+         <mxCell id="evedge" style="edgeStyle=orthogonalEdgeStyle;html=1;dashed=1;strokeColor=#d79b00" edge="1" parent="1" source="note_ev" target="c3"><mxGeometry relative="1" as="geometry" /></mxCell>
      </root>
    </mxGraphModel>
  </diagram>
</mxfile>
